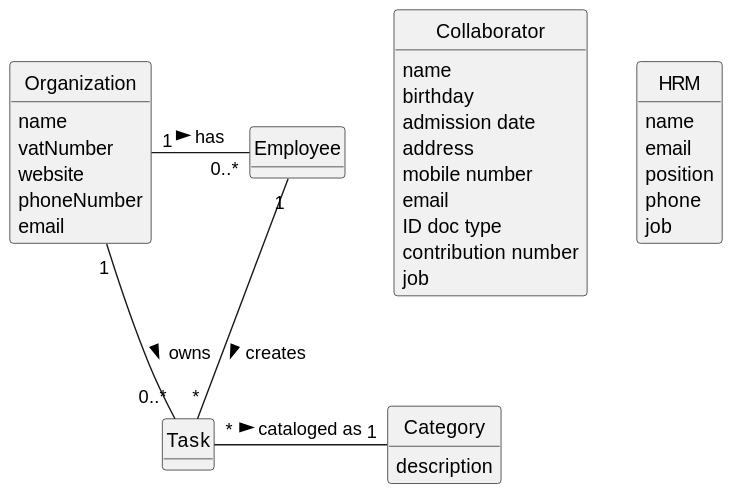
daniel41silva05/ISEP_2023_2024_LAPR2 keeps this PlantUML diagram as docs/sprintA/us003/02.analysis/svg/us003-domain-model.svg. Above is the earlier version. Its diagram source:
```plantuml
@startuml
skinparam monochrome true
skinparam packageStyle rectangle
skinparam shadowing false


skinparam classAttributeIconSize 0

hide circle
hide methods



class Organization {
    name
    vatNumber
    website
    phoneNumber
    email
}

class Collaborator {
    name
    birthday
    admission date
    address
    mobile number
    email
    ID doc type
    contribution number
    job
}

class Category {
    description
}

class HRM {
    name
    email
    position
    phone
    job
}


Organization "1" - "0..*" Employee : has >
Organization "1" - "0..*" Task: owns >
Employee "1" -- "*" Task : creates >
Task "*" - "1" Category: cataloged as >
@enduml
```
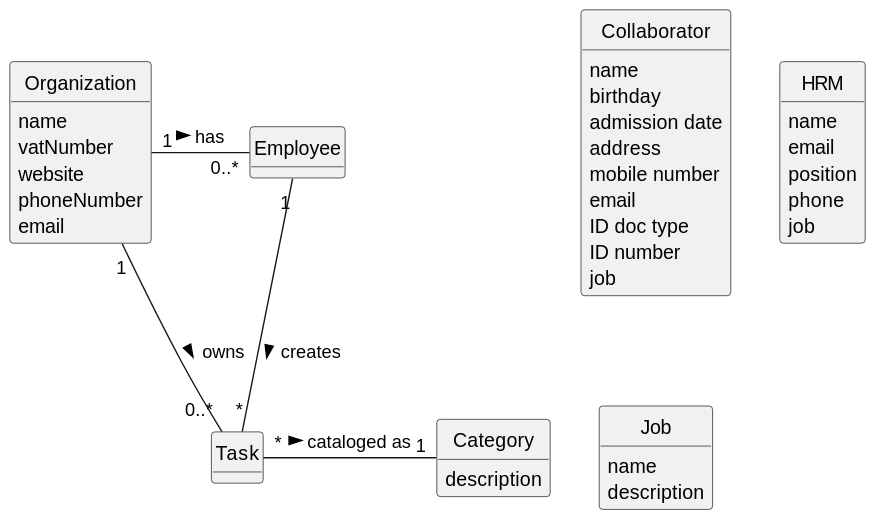
Above is the later version.

The edit, as a diff of the source:
```diff
@@ -27,7 +27,7 @@
     mobile number
     email
     ID doc type
-    contribution number
+    ID number
     job
 }
 
@@ -43,6 +43,11 @@
     job
 }
 
+class Job {
+    name
+    description
+}
+
 
 Organization "1" - "0..*" Employee : has >
 Organization "1" - "0..*" Task: owns >
```
